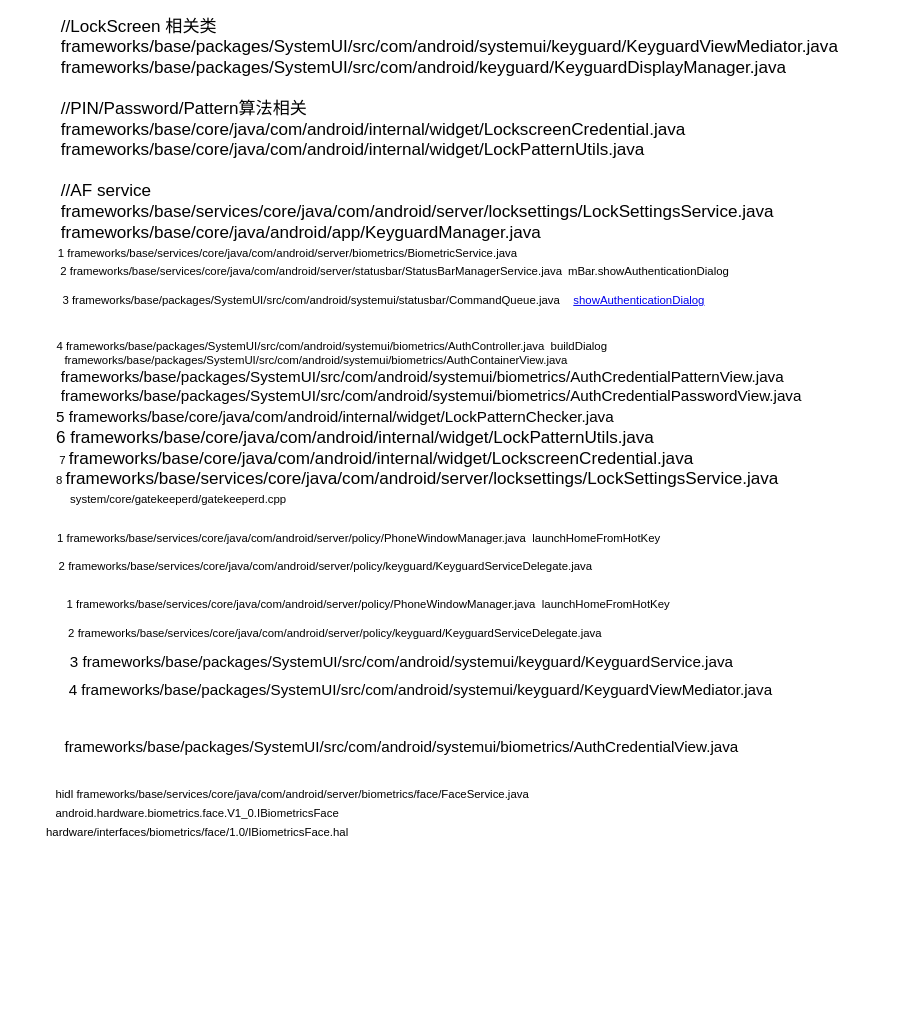
Before: page "Authentication" (3 of 14) of AF review.drawio in LBACK1912/chart, a draw.io diagram. Source tidied: cells renumbered, new cells numbered last; positions are measured from the earlier drawing's top-left corner, leaving out a move shared by most shapes. Both pictures are drawn from the tidied source at 95%, with x=0, y=0 at pixel (16, 53).
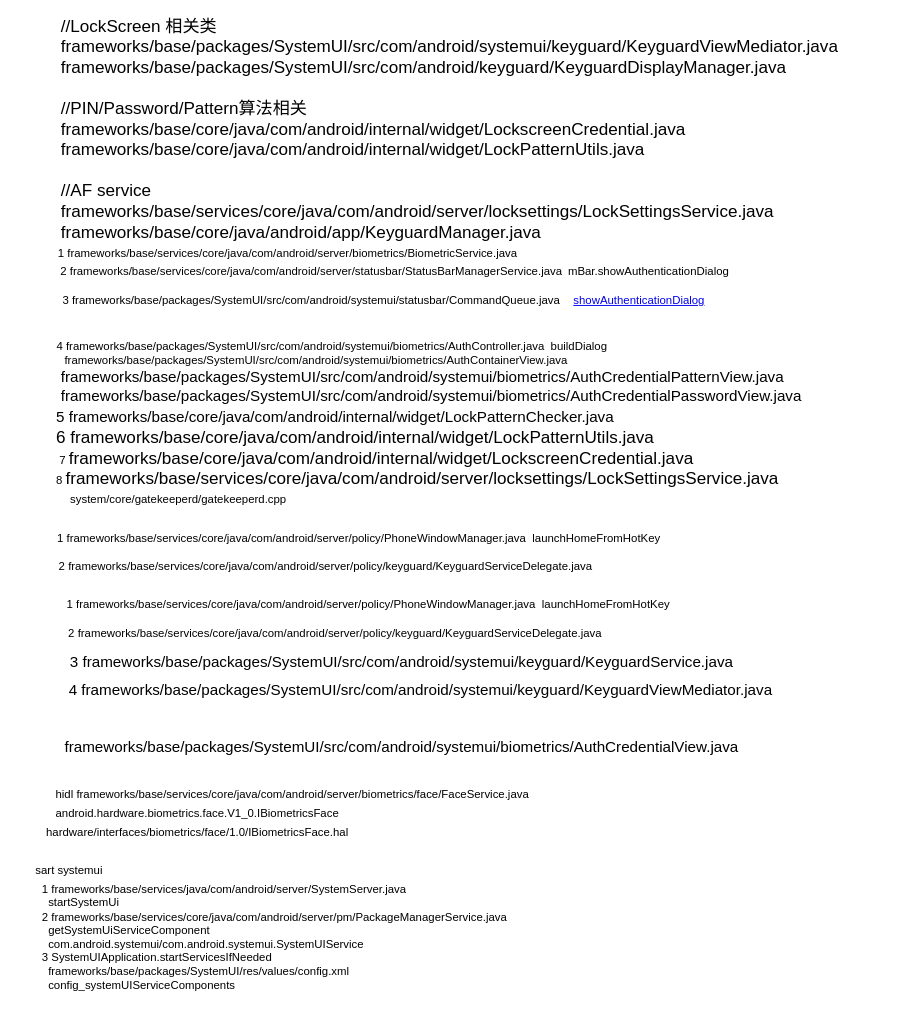
The same page after the edit.

The edit, as a diff of the source:
```diff
@@
+    <mxCell id="22" value="&lt;div align=&quot;left&quot;&gt;1 frameworks/base/services/java/com/android/server/SystemServer.java&lt;br&gt;&amp;nbsp; startSystemUi&lt;br&gt;2 frameworks/base/services/core/java/com/android/server/pm/PackageManagerService.java&lt;br&gt;&amp;nbsp; getSystemUiServiceComponent&lt;br&gt;&amp;nbsp; com.android.systemui/com.android.systemui.SystemUIService&lt;br&gt;3 SystemUIApplication.startServicesIfNeeded&lt;br&gt;&amp;nbsp; frameworks/base/packages/SystemUI/res/values/config.xml&lt;br&gt;&amp;nbsp; config_systemUIServiceComponents&lt;/div&gt;" style="text;html=1;align=left;verticalAlign=middle;" parent="1" vertex="1">
+      <mxGeometry x="25" y="870" width="500" height="120" as="geometry" />
+    </mxCell>
+    <mxCell id="23" value="sart systemui" style="text;html=1;align=center;verticalAlign=middle;" parent="1" vertex="1">
+      <mxGeometry x="10" y="850" width="90" height="20" as="geometry" />
+    </mxCell>
```
